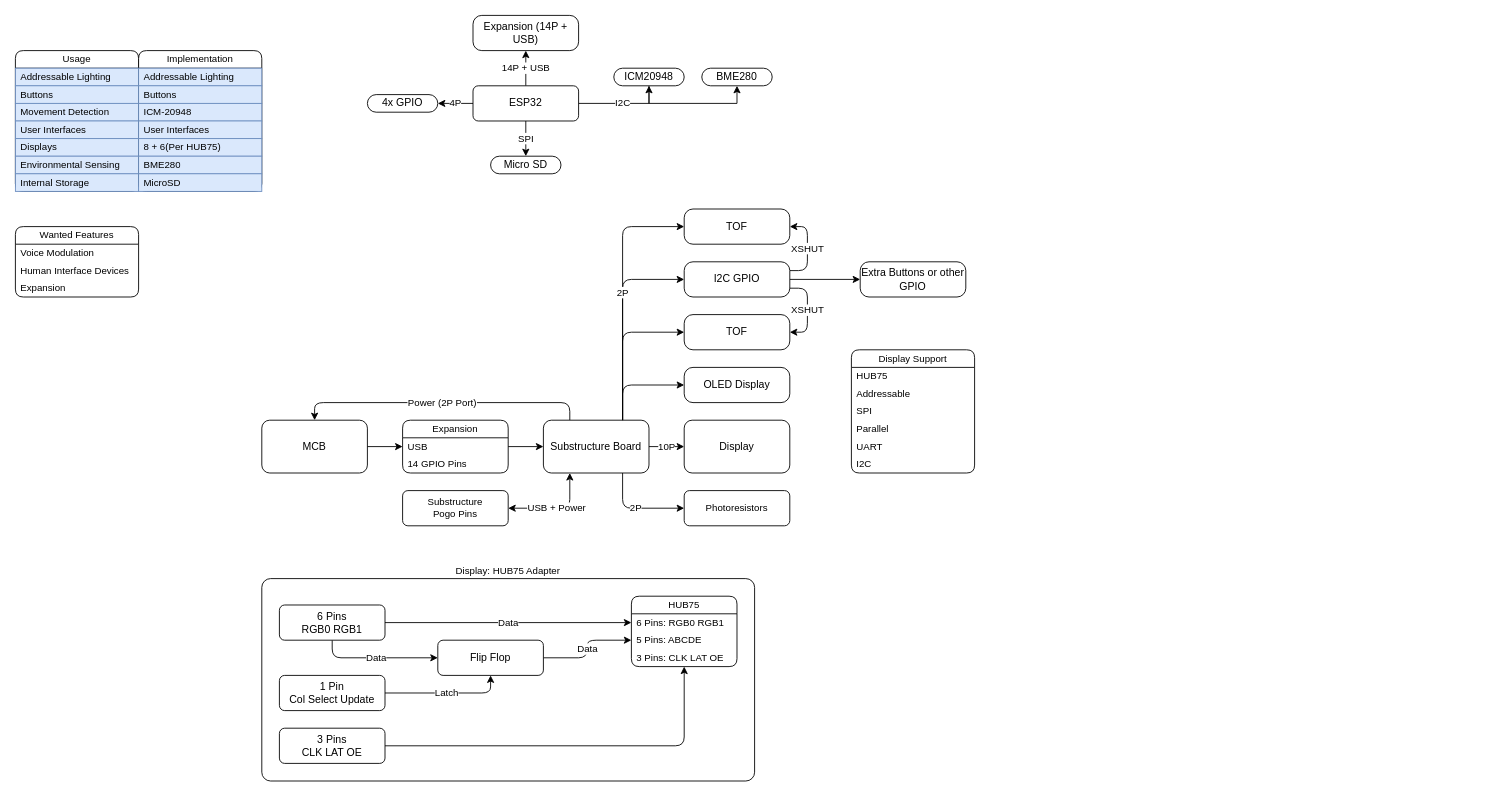
The draw.io diagram page "Brainstorm" (2 of 6) of Documents/Diagram.drawio in Cyberspecies/Multi-Cosplay_Board, before the edit. Source tidied: cells renumbered, new cells numbered last; positions are measured from the earlier drawing's top-left corner, leaving out a move shared by most shapes. Both pictures are drawn from the tidied source at 88%, with x=0, y=0 at pixel (15, 15).
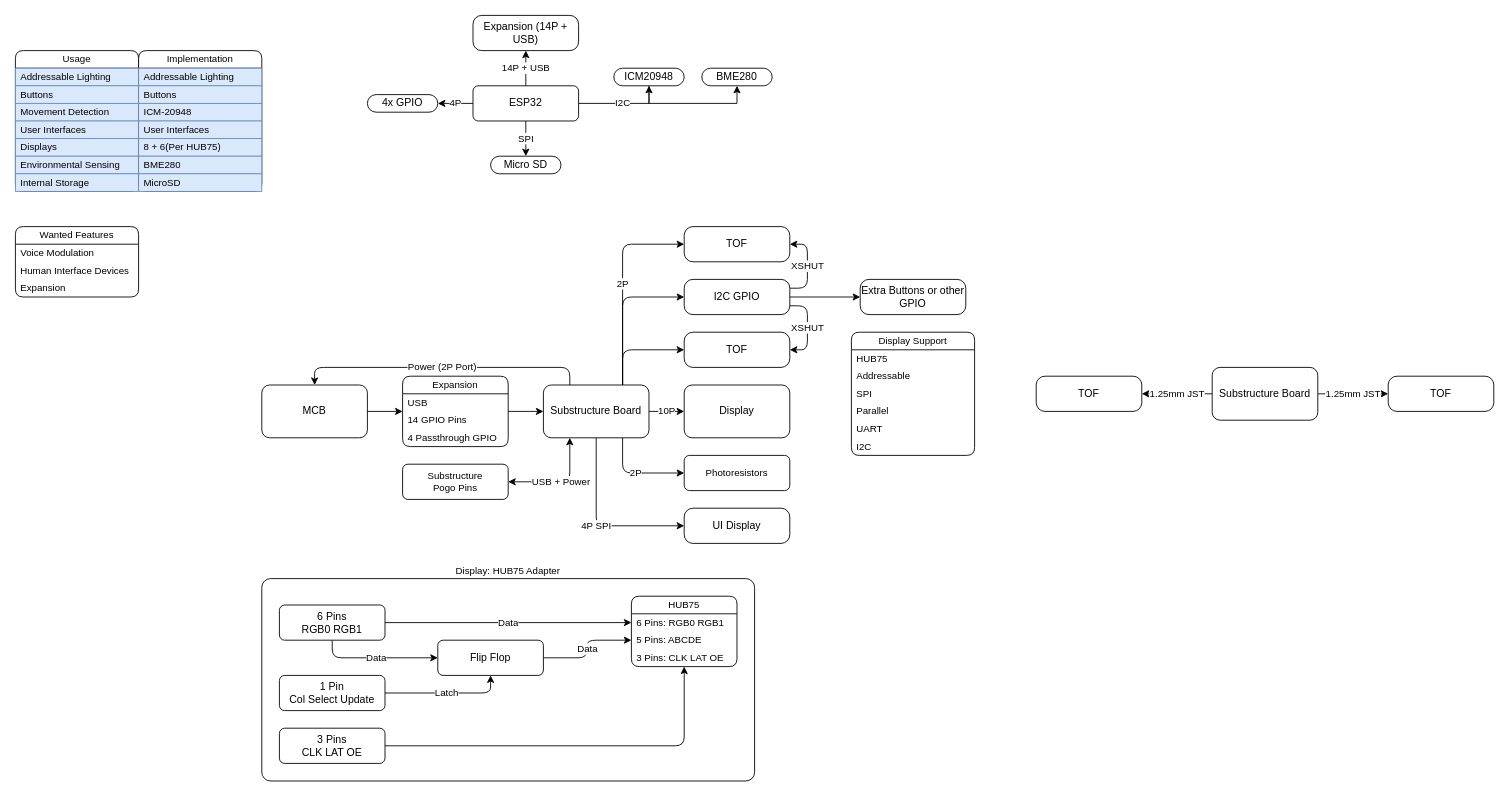
After the change.

Change to the diagram source:
```diff
@@
     <mxCell id="22" value="Display Support" style="swimlane;fontStyle=0;horizontal=1;startSize=20;whiteSpace=wrap;html=1;fontFamily=Helvetica;fontSize=11;fontColor=default;labelBackgroundColor=default;rounded=1;" parent="1" vertex="1">
-      <mxGeometry x="950" y="380" width="140" height="140" as="geometry" />
+      <mxGeometry x="950" y="360" width="140" height="140" as="geometry" />
     </mxCell>
@@
     <mxCell id="38" value="MCB" style="rounded=1;whiteSpace=wrap;html=1;" parent="1" vertex="1">
-      <mxGeometry x="280" y="460" width="120" height="60" as="geometry" />
+      <mxGeometry x="280" y="420" width="120" height="60" as="geometry" />
     </mxCell>
@@
     <mxCell id="41" value="Expansion" style="swimlane;fontStyle=0;horizontal=1;startSize=20;whiteSpace=wrap;html=1;fontFamily=Helvetica;fontSize=11;fontColor=default;labelBackgroundColor=default;rounded=1;" parent="1" vertex="1">
-      <mxGeometry x="440" y="460" width="120" height="60" as="geometry" />
+      <mxGeometry x="440" y="410" width="120" height="80" as="geometry" />
     </mxCell>
@@
+    <mxCell id="80" value="4 Passthrough GPIO" style="text;strokeColor=none;fillColor=none;align=left;verticalAlign=middle;spacingLeft=4;spacingRight=4;overflow=hidden;whiteSpace=wrap;html=1;fontFamily=Helvetica;fontSize=11;fontColor=default;labelBackgroundColor=default;" parent="41" vertex="1">
+      <mxGeometry y="60" width="120" height="20" as="geometry" />
+    </mxCell>
@@
-    <mxCell id="47" style="edgeStyle=orthogonalEdgeStyle;shape=connector;curved=0;rounded=1;jettySize=auto;html=1;exitX=0.75;exitY=0;exitDx=0;exitDy=0;entryX=0;entryY=0.5;entryDx=0;entryDy=0;strokeColor=default;align=center;verticalAlign=middle;fontFamily=Helvetica;fontSize=11;fontColor=default;labelBackgroundColor=default;endArrow=classic;" parent="1" edge="1" source="51" target="74">
+    <mxCell id="47" value="4P SPI" style="edgeStyle=orthogonalEdgeStyle;shape=connector;curved=0;rounded=1;jettySize=auto;html=1;exitX=0.5;exitY=1;exitDx=0;exitDy=0;entryX=0;entryY=0.5;entryDx=0;entryDy=0;strokeColor=default;align=center;verticalAlign=middle;fontFamily=Helvetica;fontSize=11;fontColor=default;labelBackgroundColor=default;endArrow=classic;" parent="1" edge="1" source="51" target="74">
       <mxGeometry relative="1" as="geometry" />
     </mxCell>
@@
     <mxCell id="51" value="Substructure Board" style="rounded=1;whiteSpace=wrap;html=1;" parent="1" vertex="1">
-      <mxGeometry x="600" y="460" width="120" height="60" as="geometry" />
+      <mxGeometry x="600" y="420" width="120" height="60" as="geometry" />
     </mxCell>
@@
     <mxCell id="66" value="Display" style="rounded=1;whiteSpace=wrap;html=1;" parent="1" vertex="1">
-      <mxGeometry x="760" y="460" width="120" height="60" as="geometry" />
+      <mxGeometry x="760" y="420" width="120" height="60" as="geometry" />
     </mxCell>
     <mxCell id="67" value="TOF" style="rounded=1;whiteSpace=wrap;html=1;absoluteArcSize=1;" parent="1" vertex="1">
-      <mxGeometry x="760" y="340" width="120" height="40" as="geometry" />
+      <mxGeometry x="760" y="360" width="120" height="40" as="geometry" />
     </mxCell>
     <mxCell id="68" value="TOF" style="rounded=1;whiteSpace=wrap;html=1;absoluteArcSize=1;" parent="1" vertex="1">
-      <mxGeometry x="760" y="220" width="120" height="40" as="geometry" />
+      <mxGeometry x="760" y="240" width="120" height="40" as="geometry" />
     </mxCell>
@@
     <mxCell id="71" value="I2C GPIO" style="rounded=1;whiteSpace=wrap;html=1;absoluteArcSize=1;" parent="1" vertex="1">
-      <mxGeometry x="760" y="280" width="120" height="40" as="geometry" />
+      <mxGeometry x="760" y="300" width="120" height="40" as="geometry" />
     </mxCell>
     <mxCell id="72" value="Photoresistors" style="rounded=1;whiteSpace=wrap;html=1;fontFamily=Helvetica;fontSize=11;fontColor=default;labelBackgroundColor=default;" parent="1" vertex="1">
-      <mxGeometry x="760" y="540" width="120" height="40" as="geometry" />
+      <mxGeometry x="760" y="500" width="120" height="40" as="geometry" />
     </mxCell>
     <mxCell id="73" value="Substructure&lt;div&gt;Pogo Pins&lt;/div&gt;" style="rounded=1;whiteSpace=wrap;html=1;fontFamily=Helvetica;fontSize=11;fontColor=default;labelBackgroundColor=default;" parent="1" vertex="1">
-      <mxGeometry x="440" y="540" width="120" height="40" as="geometry" />
+      <mxGeometry x="440" y="510" width="120" height="40" as="geometry" />
     </mxCell>
-    <mxCell id="74" value="OLED Display" style="rounded=1;whiteSpace=wrap;html=1;absoluteArcSize=1;" parent="1" vertex="1">
-      <mxGeometry x="760" y="400" width="120" height="40" as="geometry" />
+    <mxCell id="74" value="UI Display" style="rounded=1;whiteSpace=wrap;html=1;absoluteArcSize=1;" parent="1" vertex="1">
+      <mxGeometry x="760" y="560" width="120" height="40" as="geometry" />
     </mxCell>
@@
     <mxCell id="78" value="Extra Buttons or other GPIO" style="rounded=1;whiteSpace=wrap;html=1;absoluteArcSize=1;" parent="1" vertex="1">
-      <mxGeometry x="960" y="280" width="120" height="40" as="geometry" />
+      <mxGeometry x="960" y="300" width="120" height="40" as="geometry" />
     </mxCell>
@@
+    <mxCell id="81" value="1.25mm JST" style="edgeStyle=orthogonalEdgeStyle;shape=connector;curved=0;rounded=1;jettySize=auto;html=1;exitX=1;exitY=0.5;exitDx=0;exitDy=0;entryX=0;entryY=0.5;entryDx=0;entryDy=0;strokeColor=default;align=center;verticalAlign=middle;fontFamily=Helvetica;fontSize=11;fontColor=default;labelBackgroundColor=default;endArrow=classic;" parent="1" edge="1" source="83" target="84">
+      <mxGeometry relative="1" as="geometry" />
+    </mxCell>
+    <mxCell id="82" value="1.25mm JST" style="edgeStyle=orthogonalEdgeStyle;shape=connector;curved=0;rounded=1;jettySize=auto;html=1;exitX=0;exitY=0.5;exitDx=0;exitDy=0;entryX=1;entryY=0.5;entryDx=0;entryDy=0;strokeColor=default;align=center;verticalAlign=middle;fontFamily=Helvetica;fontSize=11;fontColor=default;labelBackgroundColor=default;endArrow=classic;" parent="1" edge="1" source="83" target="85">
+      <mxGeometry relative="1" as="geometry" />
+    </mxCell>
+    <mxCell id="83" value="Substructure Board" style="rounded=1;whiteSpace=wrap;html=1;" parent="1" vertex="1">
+      <mxGeometry x="1360" y="400" width="120" height="60" as="geometry" />
+    </mxCell>
+    <mxCell id="84" value="TOF" style="rounded=1;whiteSpace=wrap;html=1;absoluteArcSize=1;" parent="1" vertex="1">
+      <mxGeometry x="1560" y="410" width="120" height="40" as="geometry" />
+    </mxCell>
+    <mxCell id="85" value="TOF" style="rounded=1;whiteSpace=wrap;html=1;absoluteArcSize=1;" parent="1" vertex="1">
+      <mxGeometry x="1160" y="410" width="120" height="40" as="geometry" />
+    </mxCell>
```
